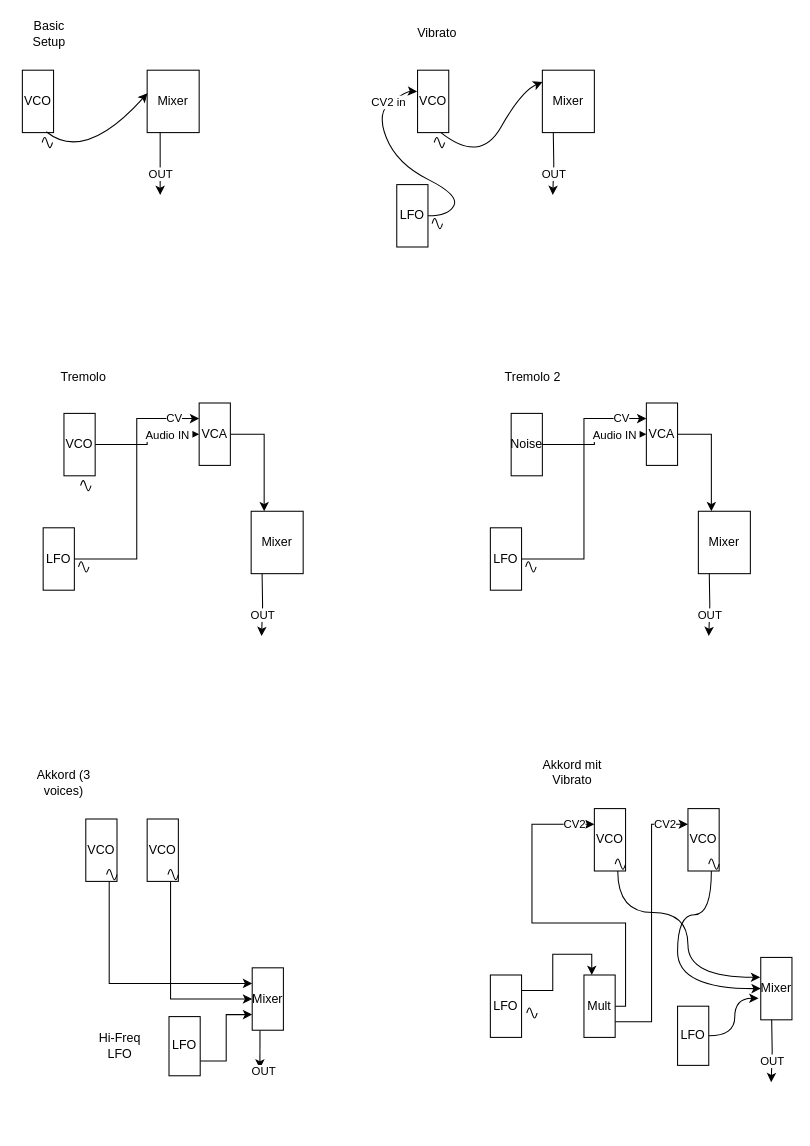
Earlier version of the draw.io diagram 05-Analog-Synthesis/01-Oscillators/VCO_LFO_Basics.drawio (SEM-Mozarteum/sem-meko). Source tidied: cells renumbered, new cells numbered last; positions are measured from the earlier drawing's top-left corner, leaving out a move shared by most shapes. Both pictures are drawn from the tidied source at 104%, with x=0, y=0 at pixel (18, 18).
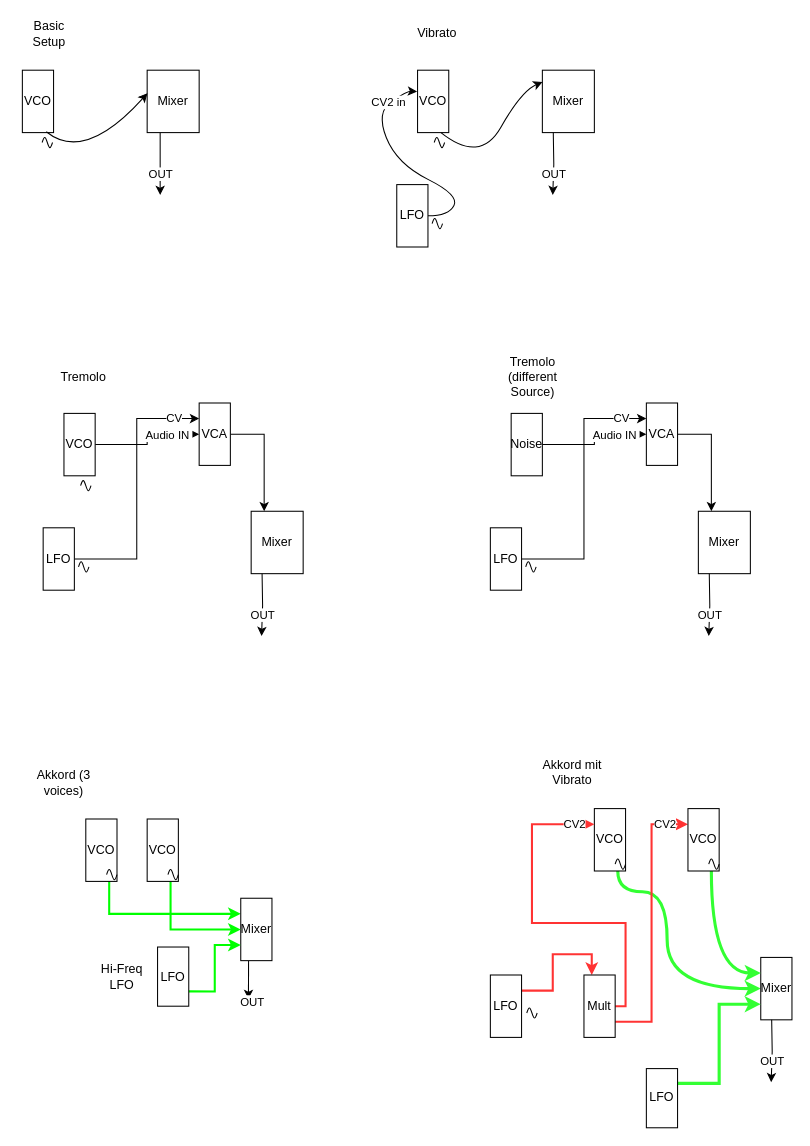
The same diagram, later.

The change refers to these unchanged cells:
```xml
<mxCell id="48" value="VCO" style="rounded=0;whiteSpace=wrap;html=1;align=center;" parent="1" vertex="1">
  <mxGeometry x="554" y="760" width="30" height="60" as="geometry" />
</mxCell>
<mxCell id="49" value="Mixer" style="rounded=0;whiteSpace=wrap;html=1;align=center;" parent="1" vertex="1">
  <mxGeometry x="714" y="903.1" width="30" height="60" as="geometry" />
</mxCell>
<mxCell id="51" value="LFO" style="rounded=0;whiteSpace=wrap;html=1;align=center;" parent="1" vertex="1">
  <mxGeometry x="454" y="920" width="30" height="60" as="geometry" />
</mxCell>
<mxCell id="61" value="Mult" style="rounded=0;whiteSpace=wrap;html=1;align=center;" parent="1" vertex="1">
  <mxGeometry x="544" y="920" width="30" height="60" as="geometry" />
</mxCell>
<mxCell id="63" value="VCO" style="rounded=0;whiteSpace=wrap;html=1;align=center;" parent="1" vertex="1">
  <mxGeometry x="644" y="760" width="30" height="60" as="geometry" />
</mxCell>
<mxCell id="68" value="VCO" style="rounded=0;whiteSpace=wrap;html=1;align=center;" parent="1" vertex="1">
  <mxGeometry x="65" y="770" width="30" height="60" as="geometry" />
</mxCell>
<mxCell id="75" value="VCO" style="rounded=0;whiteSpace=wrap;html=1;align=center;" parent="1" vertex="1">
  <mxGeometry x="124" y="770" width="30" height="60" as="geometry" />
</mxCell>
```

What changed in the source:
```diff
@@
-    <mxCell id="45" value="Tremolo 2" style="text;html=1;whiteSpace=wrap;strokeColor=none;fillColor=none;align=center;verticalAlign=middle;rounded=0;" parent="1" vertex="1">
+    <mxCell id="45" value="Tremolo (different Source)" style="text;html=1;whiteSpace=wrap;strokeColor=none;fillColor=none;align=center;verticalAlign=middle;rounded=0;" parent="1" vertex="1">
       <mxGeometry x="465" y="330" width="60" height="30" as="geometry" />
     </mxCell>
@@
-    <mxCell id="47" style="edgeStyle=orthogonalEdgeStyle;rounded=0;jettySize=auto;html=1;exitX=0.75;exitY=1;exitDx=0;exitDy=0;entryX=-0.018;entryY=0.318;entryDx=0;entryDy=0;curved=1;entryPerimeter=0;" parent="1" edge="1" source="48" target="49">
+    <mxCell id="47" style="edgeStyle=orthogonalEdgeStyle;rounded=0;jettySize=auto;html=1;exitX=0.75;exitY=1;exitDx=0;exitDy=0;entryX=0;entryY=0.5;entryDx=0;entryDy=0;curved=1;strokeColor=#33FF33;strokeWidth=3;" parent="1" edge="1" source="48" target="49">
       <mxGeometry relative="1" as="geometry">
         <Array as="points">
-          <mxPoint x="576" y="860" />
-          <mxPoint x="644" y="860" />
-          <mxPoint x="644" y="922" />
+          <mxPoint x="577" y="840" />
+          <mxPoint x="624" y="840" />
+          <mxPoint x="624" y="933" />
         </Array>
       </mxGeometry>
     </mxCell>
@@
-    <mxCell id="50" style="edgeStyle=orthogonalEdgeStyle;rounded=0;jettySize=auto;html=1;exitX=1;exitY=0.25;exitDx=0;exitDy=0;entryX=0.25;entryY=0;entryDx=0;entryDy=0;" parent="1" edge="1" source="51" target="61">
+    <mxCell id="50" style="edgeStyle=orthogonalEdgeStyle;rounded=0;jettySize=auto;html=1;exitX=1;exitY=0.25;exitDx=0;exitDy=0;entryX=0.25;entryY=0;entryDx=0;entryDy=0;strokeColor=#FF3333;strokeWidth=2;" parent="1" edge="1" source="51" target="61">
       <mxGeometry relative="1" as="geometry" />
     </mxCell>
@@
-    <mxCell id="57" style="edgeStyle=orthogonalEdgeStyle;rounded=0;jettySize=auto;html=1;exitX=1;exitY=0.5;exitDx=0;exitDy=0;entryX=0;entryY=0.25;entryDx=0;entryDy=0;" parent="1" edge="1" source="61" target="48">
+    <mxCell id="57" style="edgeStyle=orthogonalEdgeStyle;rounded=0;jettySize=auto;html=1;exitX=1;exitY=0.5;exitDx=0;exitDy=0;entryX=0;entryY=0.25;entryDx=0;entryDy=0;strokeColor=#FF3333;strokeWidth=2;" parent="1" edge="1" source="61" target="48">
       <mxGeometry relative="1" as="geometry">
         <Array as="points">
           <mxPoint x="584" y="950" />
           <mxPoint x="584" y="870" />
           <mxPoint x="494" y="870" />
           <mxPoint x="494" y="775" />
         </Array>
       </mxGeometry>
     </mxCell>
@@
-    <mxCell id="59" style="edgeStyle=orthogonalEdgeStyle;rounded=0;jettySize=auto;html=1;exitX=1;exitY=0.75;exitDx=0;exitDy=0;entryX=0;entryY=0.25;entryDx=0;entryDy=0;" parent="1" edge="1" source="61" target="63">
+    <mxCell id="59" style="edgeStyle=orthogonalEdgeStyle;rounded=0;jettySize=auto;html=1;exitX=1;exitY=0.75;exitDx=0;exitDy=0;entryX=0;entryY=0.25;entryDx=0;entryDy=0;strokeColor=#FF3333;strokeWidth=2;" parent="1" edge="1" source="61" target="63">
       <mxGeometry relative="1" as="geometry" />
     </mxCell>
@@
-    <mxCell id="62" style="edgeStyle=orthogonalEdgeStyle;rounded=0;jettySize=auto;html=1;exitX=0.75;exitY=1;exitDx=0;exitDy=0;entryX=0;entryY=0.5;entryDx=0;entryDy=0;curved=1;" parent="1" edge="1" source="63" target="49">
-      <mxGeometry relative="1" as="geometry">
-        <Array as="points">
-          <mxPoint x="666" y="862" />
-          <mxPoint x="634" y="862" />
-          <mxPoint x="634" y="933" />
-        </Array>
-      </mxGeometry>
+    <mxCell id="62" style="edgeStyle=orthogonalEdgeStyle;rounded=0;jettySize=auto;html=1;exitX=0.75;exitY=1;exitDx=0;exitDy=0;entryX=0;entryY=0.25;entryDx=0;entryDy=0;curved=1;strokeColor=#33FF33;strokeWidth=3;" parent="1" edge="1" source="63" target="49">
+      <mxGeometry relative="1" as="geometry" />
     </mxCell>
@@
+    <mxCell id="66" style="edgeStyle=orthogonalEdgeStyle;rounded=0;jettySize=auto;html=1;exitX=1;exitY=0.25;exitDx=0;exitDy=0;entryX=0;entryY=0.75;entryDx=0;entryDy=0;strokeColor=#33FF33;strokeWidth=3;" parent="1" edge="1" source="65" target="49">
+      <mxGeometry relative="1" as="geometry" />
+    </mxCell>
     <mxCell id="65" value="LFO" style="rounded=0;whiteSpace=wrap;html=1;align=center;" parent="1" vertex="1">
-      <mxGeometry x="634" y="950" width="30" height="56.9" as="geometry" />
+      <mxGeometry x="604" y="1010" width="30" height="56.9" as="geometry" />
     </mxCell>
-    <mxCell id="66" style="edgeStyle=orthogonalEdgeStyle;rounded=0;jettySize=auto;html=1;exitX=1;exitY=0.5;exitDx=0;exitDy=0;entryX=-0.071;entryY=0.653;entryDx=0;entryDy=0;entryPerimeter=0;curved=1;" parent="1" edge="1" source="65" target="49">
-      <mxGeometry relative="1" as="geometry" />
-    </mxCell>
-    <mxCell id="67" style="edgeStyle=orthogonalEdgeStyle;rounded=0;jettySize=auto;html=1;exitX=0.75;exitY=1;exitDx=0;exitDy=0;entryX=0;entryY=0.25;entryDx=0;entryDy=0;" parent="1" edge="1" source="68" target="70">
+    <mxCell id="67" style="edgeStyle=orthogonalEdgeStyle;rounded=0;jettySize=auto;html=1;exitX=0.75;exitY=1;exitDx=0;exitDy=0;entryX=0;entryY=0.25;entryDx=0;entryDy=0;strokeColor=#00FF00;strokeWidth=2;" parent="1" edge="1" source="68" target="70">
       <mxGeometry relative="1" as="geometry" />
     </mxCell>
@@
     <mxCell id="69" style="edgeStyle=orthogonalEdgeStyle;rounded=0;jettySize=auto;html=1;exitX=0.25;exitY=1;exitDx=0;exitDy=0;" parent="1" edge="1" source="70">
       <mxGeometry relative="1" as="geometry">
-        <mxPoint x="232.4" y="1010" as="targetPoint" />
+        <mxPoint x="221.4" y="943.1" as="targetPoint" />
       </mxGeometry>
     </mxCell>
     <mxCell id="70" value="Mixer" style="rounded=0;whiteSpace=wrap;html=1;align=center;" parent="1" vertex="1">
-      <mxGeometry x="225" y="913.1" width="30" height="60" as="geometry" />
+      <mxGeometry x="214" y="846.2" width="30" height="60" as="geometry" />
     </mxCell>
@@
     <mxCell id="73" value="OUT" style="edgeLabel;html=1;align=center;verticalAlign=middle;" parent="1" vertex="1">
-      <mxGeometry x="235" y="1012.3" as="geometry" />
+      <mxGeometry x="224" y="945.3" as="geometry" />
     </mxCell>
-    <mxCell id="74" style="edgeStyle=orthogonalEdgeStyle;rounded=0;jettySize=auto;html=1;exitX=0.75;exitY=1;exitDx=0;exitDy=0;entryX=0;entryY=0.5;entryDx=0;entryDy=0;" parent="1" edge="1" source="75" target="70">
+    <mxCell id="74" style="edgeStyle=orthogonalEdgeStyle;rounded=0;jettySize=auto;html=1;exitX=0.75;exitY=1;exitDx=0;exitDy=0;entryX=0;entryY=0.5;entryDx=0;entryDy=0;strokeColor=#00FF00;strokeWidth=2;" parent="1" edge="1" source="75" target="70">
       <mxGeometry relative="1" as="geometry" />
     </mxCell>
@@
-    <mxCell id="77" style="edgeStyle=orthogonalEdgeStyle;rounded=0;jettySize=auto;html=1;exitX=1;exitY=0.75;exitDx=0;exitDy=0;entryX=0;entryY=0.75;entryDx=0;entryDy=0;" parent="1" edge="1" source="78" target="70">
+    <mxCell id="77" style="edgeStyle=orthogonalEdgeStyle;rounded=0;jettySize=auto;html=1;exitX=1;exitY=0.75;exitDx=0;exitDy=0;entryX=0;entryY=0.75;entryDx=0;entryDy=0;strokeColor=#00FF00;strokeWidth=2;" parent="1" edge="1" source="78" target="70">
       <mxGeometry relative="1" as="geometry" />
     </mxCell>
     <mxCell id="78" value="LFO" style="rounded=0;whiteSpace=wrap;html=1;align=center;" parent="1" vertex="1">
-      <mxGeometry x="145" y="960" width="30" height="56.9" as="geometry" />
+      <mxGeometry x="134" y="893.1" width="30" height="56.9" as="geometry" />
     </mxCell>
     <mxCell id="79" value="Hi-Freq&lt;br&gt;LFO" style="text;html=1;whiteSpace=wrap;strokeColor=none;fillColor=none;align=center;verticalAlign=middle;rounded=0;" parent="1" vertex="1">
-      <mxGeometry x="68" y="973.1" width="60" height="30" as="geometry" />
+      <mxGeometry x="70" y="906.5" width="60" height="30" as="geometry" />
     </mxCell>
```
